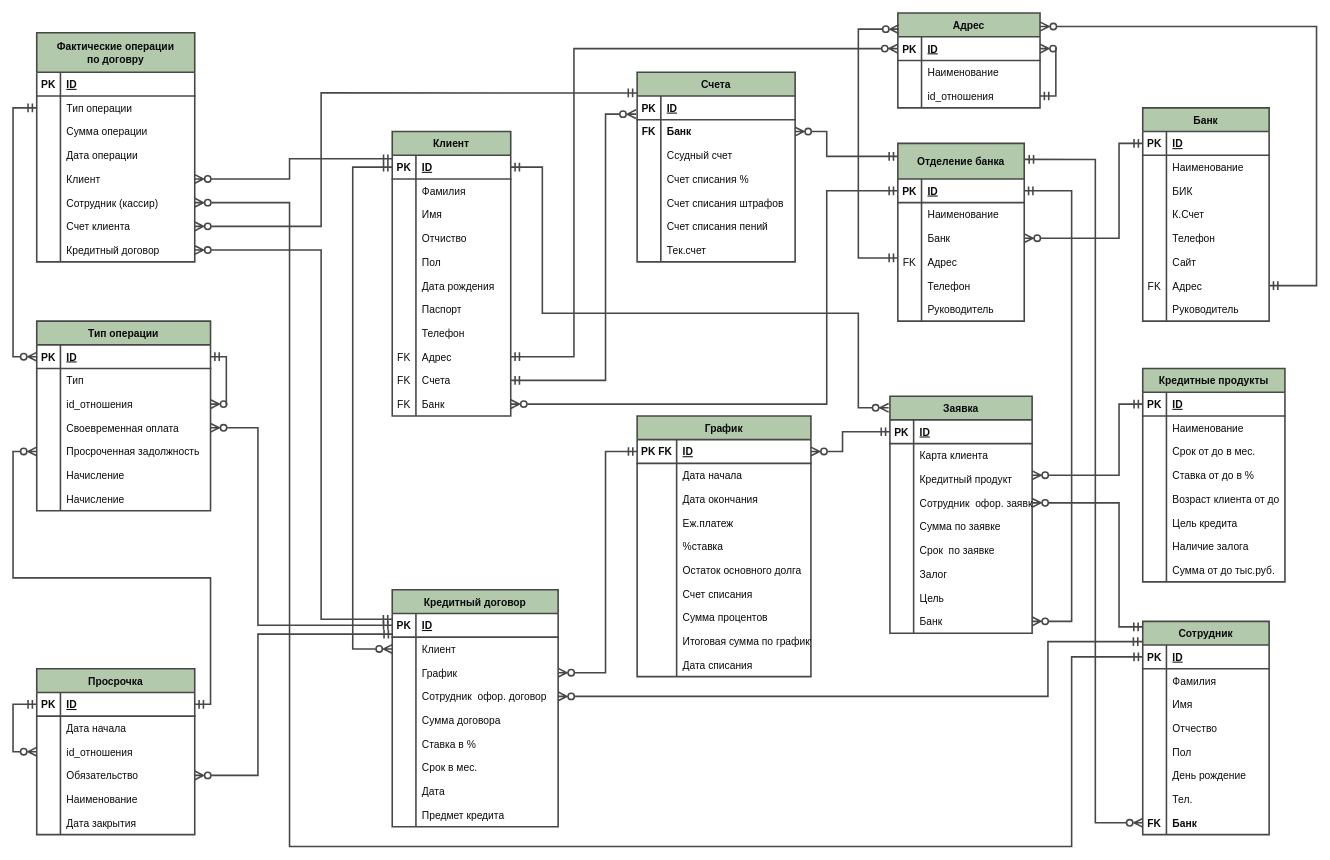
Before: Кред Договора.drawio in RadmirSalikhov/otushomeworks, a draw.io diagram. Source tidied: cells renumbered, new cells numbered last; positions are measured from the earlier drawing's top-left corner, leaving out a move shared by most shapes. Both pictures are drawn from the tidied source at 79%, with x=0, y=0 at pixel (13, 13).
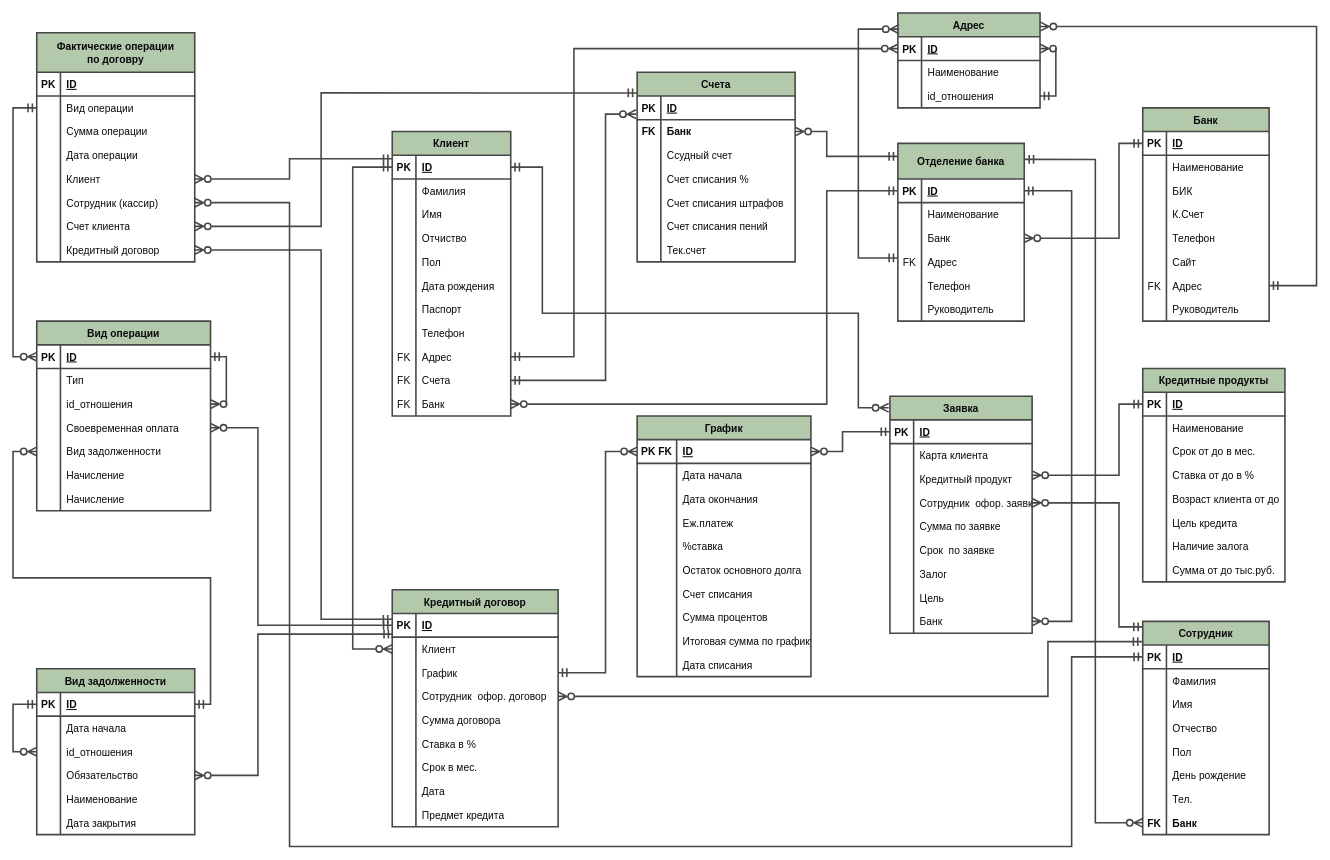
The same diagram, later.

The change refers to these unchanged cells:
```xml
<mxCell id="195" style="shape=tableRow;horizontal=0;startSize=0;swimlaneHead=0;swimlaneBody=0;fillColor=none;points=[[0,0.5],[1,0.5]];portConstraint=eastwest;top=0;left=0;right=0;bottom=1;fontSize=13;strokeColor=#474747;fontColor=#0A0A0D;strokeWidth=2;" parent="194" vertex="1">
  <mxGeometry y="30" width="220" height="30" as="geometry" />
</mxCell>
<mxCell id="232" style="shape=tableRow;horizontal=0;startSize=0;swimlaneHead=0;swimlaneBody=0;fillColor=none;points=[[0,0.5],[1,0.5]];portConstraint=eastwest;top=0;left=0;right=0;bottom=0;fontSize=13;strokeColor=#474747;fontColor=#0A0A0D;strokeWidth=2;" parent="225" vertex="1">
  <mxGeometry y="90" width="210" height="30" as="geometry" />
</mxCell>
<mxCell id="268" style="shape=tableRow;horizontal=0;startSize=0;swimlaneHead=0;swimlaneBody=0;fillColor=none;points=[[0,0.5],[1,0.5]];portConstraint=eastwest;top=0;left=0;right=0;bottom=0;strokeColor=#474747;fontColor=#0A0A0D;strokeWidth=2;fontSize=13;" parent="264" vertex="1">
  <mxGeometry y="80" width="200" height="30" as="geometry" />
</mxCell>
<mxCell id="303" style="shape=tableRow;horizontal=0;startSize=0;swimlaneHead=0;swimlaneBody=0;fillColor=none;points=[[0,0.5],[1,0.5]];portConstraint=eastwest;top=0;left=0;right=0;bottom=0;strokeColor=#474747;fontColor=#0A0A0D;strokeWidth=2;fontSize=13;" parent="289" vertex="1">
  <mxGeometry y="150" width="220" height="30" as="geometry" />
</mxCell>
```

The edit, as a diff of the source:
```diff
@@
-    <mxCell id="253" style="edgeStyle=orthogonalEdgeStyle;rounded=0;jettySize=auto;html=1;exitX=0;exitY=0.5;exitDx=0;exitDy=0;entryX=1;entryY=0.5;entryDx=0;entryDy=0;fontSize=13;startSize=8;endSize=8;endArrow=ERzeroToMany;endFill=0;startArrow=ERmandOne;startFill=0;strokeColor=#474747;fontColor=#0A0A0D;strokeWidth=2;jumpSize=6;" parent="1" edge="1" source="195" target="232">
+    <mxCell id="253" style="edgeStyle=orthogonalEdgeStyle;rounded=0;jettySize=auto;html=1;exitX=0;exitY=0.5;exitDx=0;exitDy=0;entryX=1;entryY=0.5;entryDx=0;entryDy=0;fontSize=13;startSize=8;endSize=8;endArrow=ERmandOne;endFill=0;startArrow=ERzeroToMany;startFill=0;strokeColor=#474747;fontColor=#0A0A0D;strokeWidth=2;jumpSize=6;" parent="1" edge="1" source="195" target="232">
       <mxGeometry relative="1" as="geometry">
         <Array as="points">
           <mxPoint x="750" y="555" />
           <mxPoint x="750" y="835" />
         </Array>
       </mxGeometry>
     </mxCell>
@@
-    <mxCell id="270" value="Тип операции" style="shape=partialRectangle;fillColor=none;top=0;left=0;bottom=0;right=0;align=left;spacingLeft=6;overflow=hidden;strokeColor=#474747;fontColor=#0A0A0D;strokeWidth=2;fontSize=13;" parent="268" vertex="1">
+    <mxCell id="270" value="Вид операции" style="shape=partialRectangle;fillColor=none;top=0;left=0;bottom=0;right=0;align=left;spacingLeft=6;overflow=hidden;strokeColor=#474747;fontColor=#0A0A0D;strokeWidth=2;fontSize=13;" parent="268" vertex="1">
       <mxGeometry x="30" width="170" height="30" as="geometry" />
     </mxCell>
@@
-    <mxCell id="289" value="Тип операции" style="shape=table;startSize=30;childLayout=tableLayout;rowLines=0;fontStyle=1;align=center;fillColor=#B2C9AB;strokeColor=#474747;fontColor=#0A0A0D;strokeWidth=2;fontSize=13;" parent="1" vertex="1">
+    <mxCell id="289" value="Вид операции" style="shape=table;startSize=30;childLayout=tableLayout;rowLines=0;fontStyle=1;align=center;fillColor=#B2C9AB;strokeColor=#474747;fontColor=#0A0A0D;strokeWidth=2;fontSize=13;" parent="1" vertex="1">
       <mxGeometry x="30" y="390" width="220" height="240" as="geometry" />
     </mxCell>
@@
-    <mxCell id="305" value="Просроченная задолжность" style="shape=partialRectangle;fillColor=none;top=0;left=0;bottom=0;right=0;align=left;spacingLeft=6;overflow=hidden;strokeColor=#474747;fontColor=#0A0A0D;strokeWidth=2;fontSize=13;" parent="303" vertex="1">
+    <mxCell id="305" value="Вид задолженности" style="shape=partialRectangle;fillColor=none;top=0;left=0;bottom=0;right=0;align=left;spacingLeft=6;overflow=hidden;strokeColor=#474747;fontColor=#0A0A0D;strokeWidth=2;fontSize=13;" parent="303" vertex="1">
       <mxGeometry x="30" width="190" height="30" as="geometry" />
     </mxCell>
@@
-    <mxCell id="320" value="Просрочка" style="shape=table;startSize=30;childLayout=tableLayout;rowLines=0;fontStyle=1;align=center;fillColor=#B2C9AB;strokeColor=#474747;fontColor=#0A0A0D;strokeWidth=2;fontSize=13;" parent="1" vertex="1">
+    <mxCell id="320" value="Вид задолженности" style="shape=table;startSize=30;childLayout=tableLayout;rowLines=0;fontStyle=1;align=center;fillColor=#B2C9AB;strokeColor=#474747;fontColor=#0A0A0D;strokeWidth=2;fontSize=13;" parent="1" vertex="1">
       <mxGeometry x="30" y="830" width="200" height="210" as="geometry" />
     </mxCell>
```
